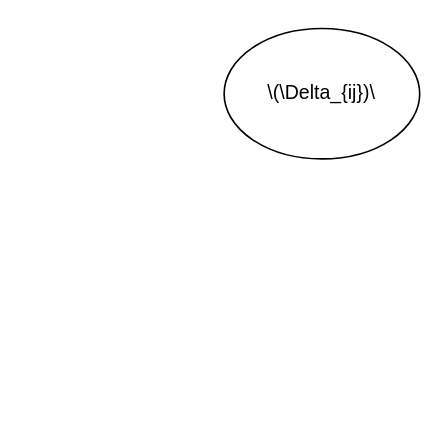
The draw.io diagram Untitled Diagram.drawio in qipengchen/resources, before the edit. Source tidied: cells renumbered, new cells numbered last; positions are measured from the earlier drawing's top-left corner, leaving out a move shared by most shapes. Both pictures are drawn from the tidied source at 163%, with x=0, y=0 at pixel (223, 28).
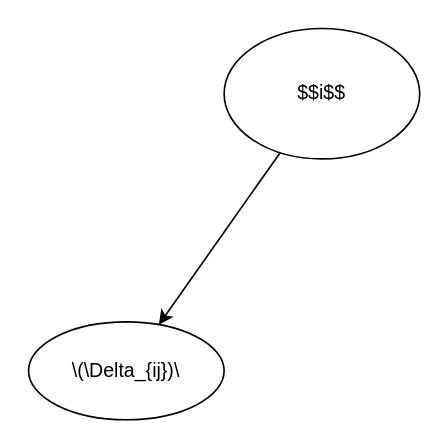
The same page after the edit.

Diff of the diagram source:
```diff
@@
 <mxGraphModel>
   <root>
     <mxCell id="0" />
     <mxCell id="1" parent="0" />
+    <mxCell id="3" style="rounded=0;jettySize=auto;html=1;" parent="1" edge="1" source="2" target="4">
+      <mxGeometry relative="1" as="geometry" />
+    </mxCell>
-    <mxCell id="2" value="\(\Delta_{ij})\" style="ellipse;whiteSpace=wrap;html=1;" parent="1" vertex="1">
+    <mxCell id="2" value="$$i$$" style="ellipse;whiteSpace=wrap;html=1;" parent="1" vertex="1">
       <mxGeometry width="120" height="80" as="geometry" />
     </mxCell>
+    <mxCell id="4" value="&lt;span&gt;\(\Delta_{ij})\&lt;/span&gt;" style="ellipse;whiteSpace=wrap;html=1;" parent="1" vertex="1">
+      <mxGeometry x="-120" y="180" width="120" height="60" as="geometry" />
+    </mxCell>
   </root>
 </mxGraphModel>
```
